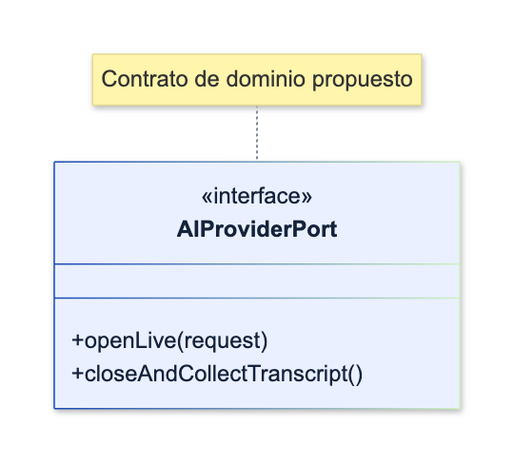
This is assets/diagrams/tactical/09-ai-provider-gateway-classes.png from upc-pre-202620-si728-16365-thropic/talki-project-report, a Mermaid export, as it was before one commit. Its source is kept beside it as assets/diagrams/tactical/09-ai-provider-gateway-classes.mmd.
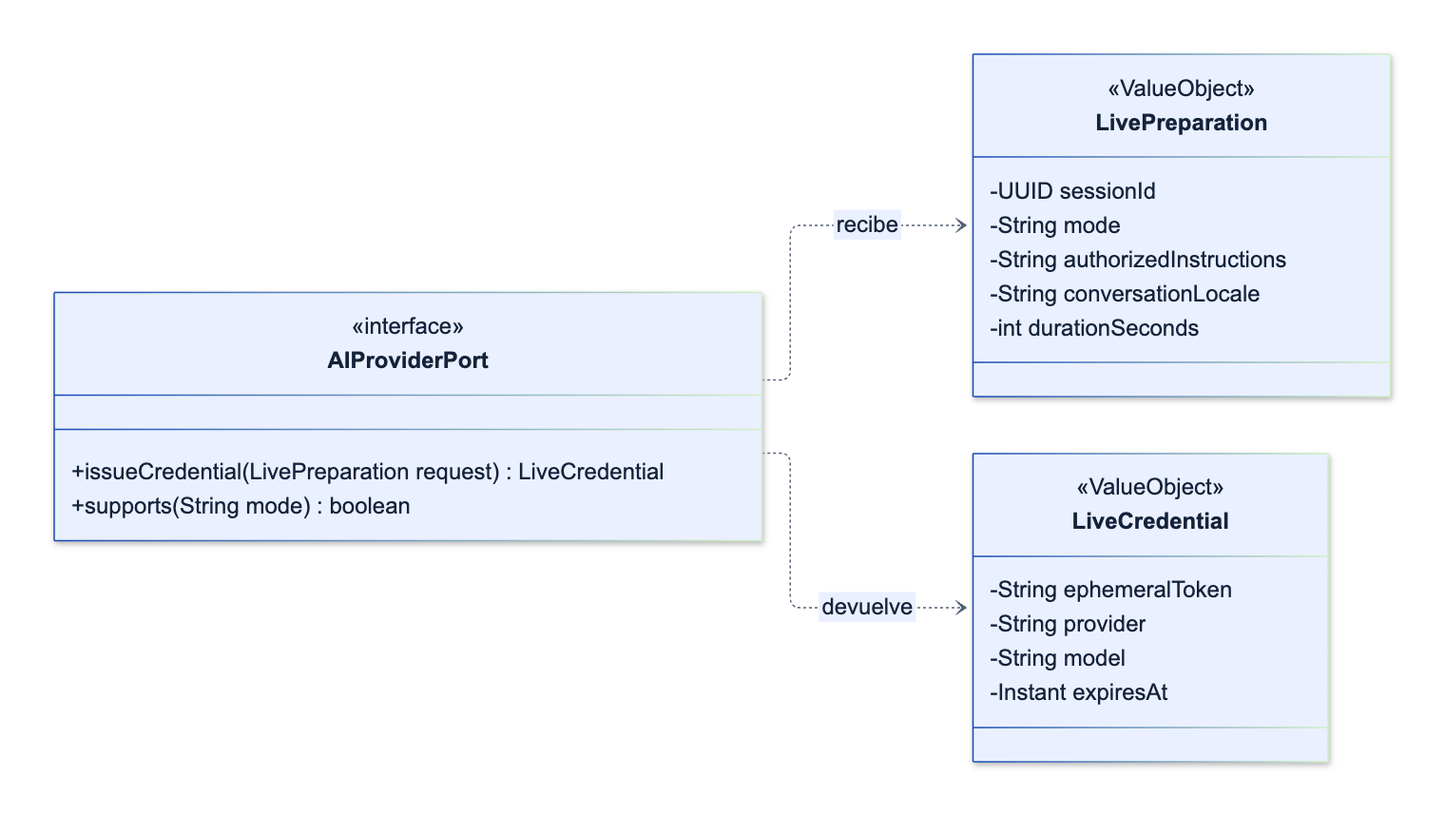
The same diagram one commit later.

Commit message:
docs(5.9): completa modelos y contratos de AI Provider Gateway

Diff of the diagram source:
```diff
@@ -1,9 +1,24 @@
 classDiagram
-
+ direction LR
 class AIProviderPort {
   <<interface>>
-  +openLive(request)
-  +closeAndCollectTranscript()
+  +issueCredential(LivePreparation request) LiveCredential
+  +supports(String mode) boolean
 }
-
-    note for AIProviderPort "Contrato de dominio propuesto"
+class LivePreparation {
+  <<ValueObject>>
+  -UUID sessionId
+  -String mode
+  -String authorizedInstructions
+  -String conversationLocale
+  -int durationSeconds
+}
+class LiveCredential {
+  <<ValueObject>>
+  -String ephemeralToken
+  -String provider
+  -String model
+  -Instant expiresAt
+}
+AIProviderPort ..> LivePreparation : recibe
+AIProviderPort ..> LiveCredential : devuelve
```
